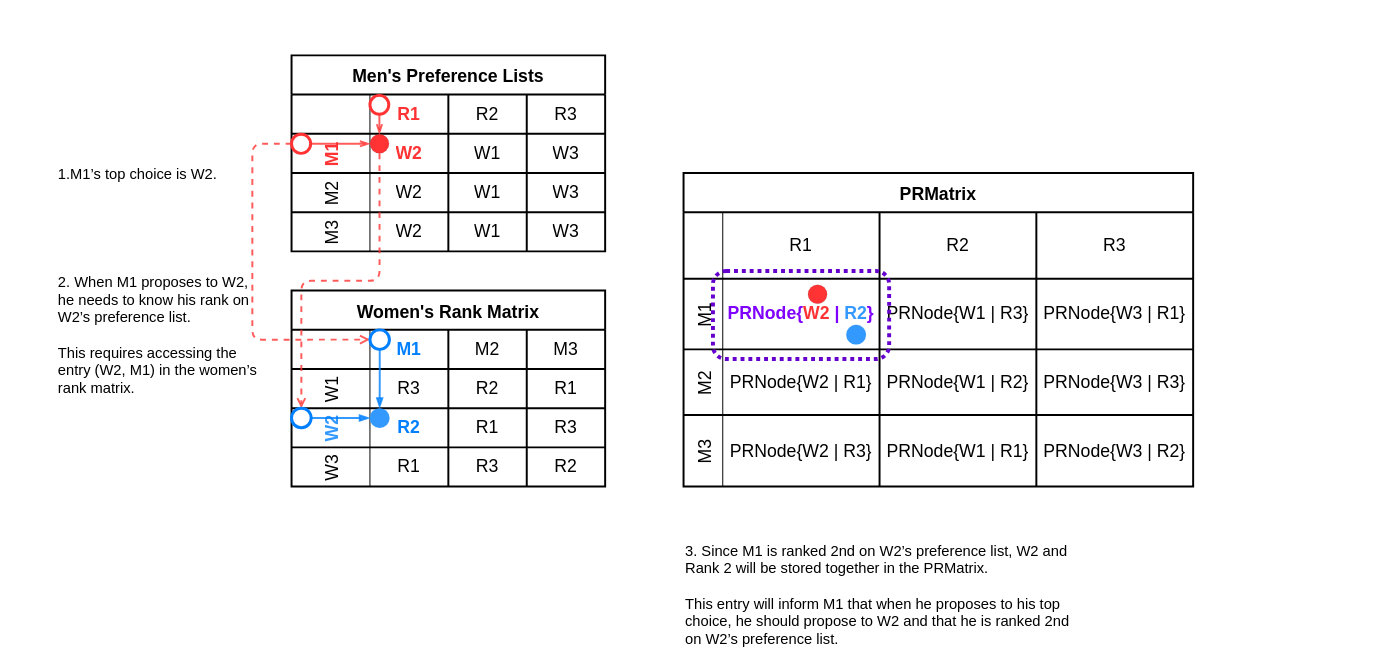
The draw.io diagram newPRMatrix.drawio in victorliu-sq/BambooSMP-Figures, before the edit. Source tidied: cells renumbered, new cells numbered last; positions are measured from the earlier drawing's top-left corner, leaving out a move shared by most shapes. Both pictures are drawn from the tidied source at 98%, with x=0, y=0 at pixel (56, 55).
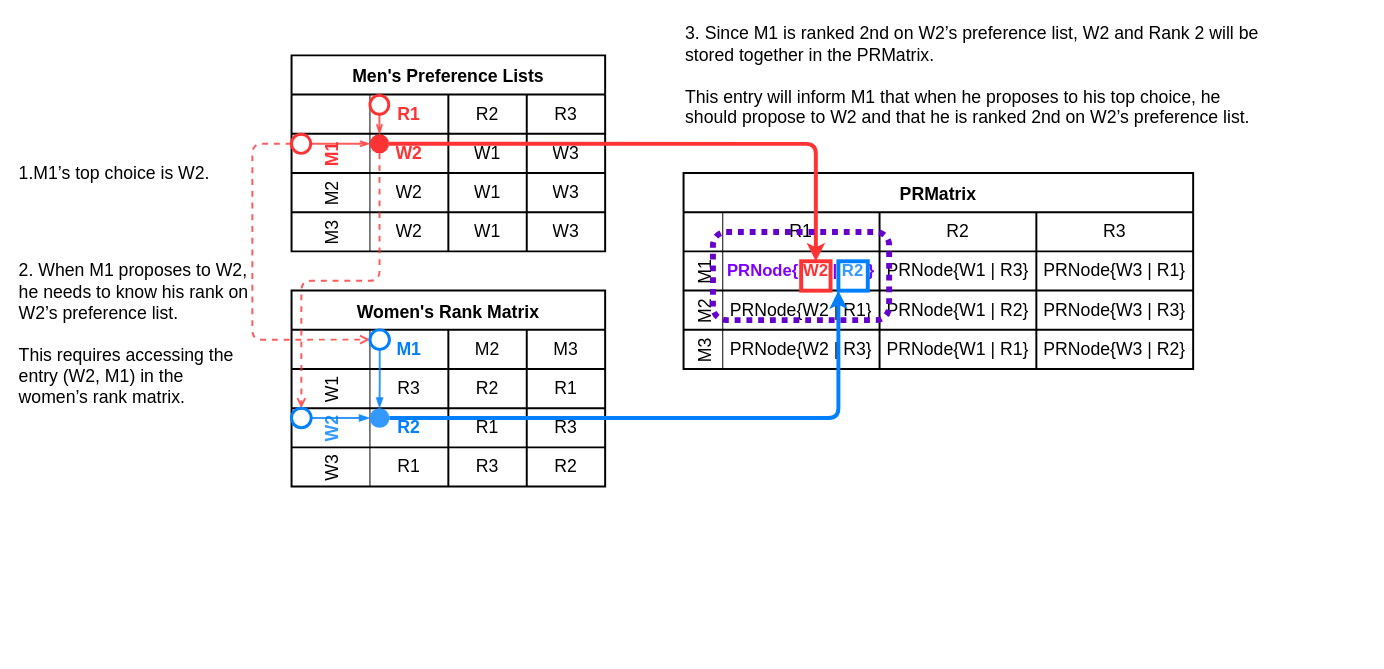
After the change.

Unchanged cells that the change refers to:
```xml
<mxCell id="56" style="ellipse;whiteSpace=wrap;html=1;gradientColor=none;strokeWidth=0;fillColor=#FF3333;fontSize=14;" parent="1" vertex="1">
  <mxGeometry x="320" y="80.5" width="19.5" height="19.5" as="geometry" />
</mxCell>
```

Change to the diagram source:
```diff
@@
     <mxCell id="36" value="PRMatrix" style="shape=table;startSize=40;childLayout=tableLayout;resizeLastRow=0;fontStyle=1;fontSize=18;strokeWidth=2;" parent="1" vertex="1">
-      <mxGeometry x="640" y="120" width="520" height="320" as="geometry" />
+      <mxGeometry x="640" y="120" width="520" height="200" as="geometry" />
     </mxCell>
     <mxCell id="37" style="shape=tableRow;horizontal=0;startSize=40;swimlaneHead=0;swimlaneBody=0;strokeColor=inherit;top=0;left=0;bottom=0;right=0;fillColor=none;fontSize=18;" parent="36" vertex="1">
-      <mxGeometry y="40" width="520" height="68" as="geometry" />
+      <mxGeometry y="40" width="520" height="40" as="geometry" />
     </mxCell>
     <mxCell id="38" value="R1" style="shape=partialRectangle;html=1;whiteSpace=wrap;strokeColor=inherit;overflow=hidden;fillColor=none;top=0;left=0;bottom=0;right=0;fontSize=18;" parent="37" vertex="1">
-      <mxGeometry x="40" width="160" height="68" as="geometry" />
+      <mxGeometry x="40" width="160" height="40" as="geometry" />
     </mxCell>
     <mxCell id="39" value="R2" style="shape=partialRectangle;html=1;whiteSpace=wrap;strokeColor=inherit;overflow=hidden;fillColor=none;top=0;left=0;bottom=0;right=0;fontSize=18;" parent="37" vertex="1">
-      <mxGeometry x="200" width="160" height="68" as="geometry" />
+      <mxGeometry x="200" width="160" height="40" as="geometry" />
     </mxCell>
     <mxCell id="40" value="R3" style="shape=partialRectangle;html=1;whiteSpace=wrap;strokeColor=inherit;overflow=hidden;fillColor=none;top=0;left=0;bottom=0;right=0;strokeWidth=1;fontSize=18;" parent="37" vertex="1">
-      <mxGeometry x="360" width="160" height="68" as="geometry" />
+      <mxGeometry x="360" width="160" height="40" as="geometry" />
     </mxCell>
     <mxCell id="41" value="M1" style="shape=tableRow;horizontal=0;startSize=40;swimlaneHead=0;swimlaneBody=0;strokeColor=inherit;top=0;left=0;bottom=0;right=0;fillColor=none;fontSize=18;" parent="36" vertex="1">
-      <mxGeometry y="108" width="520" height="72" as="geometry" />
+      <mxGeometry y="80" width="520" height="40" as="geometry" />
     </mxCell>
-    <mxCell id="42" value="&lt;font style=&quot;font-size: 18px;&quot;&gt;&lt;font style=&quot;font-size: 18px;&quot;&gt;&lt;b style=&quot;color: rgb(127, 0, 255);&quot;&gt;&lt;font style=&quot;font-size: 18px;&quot;&gt;PRNode{&lt;/font&gt;&lt;/b&gt;&lt;b style=&quot;&quot;&gt;&lt;font color=&quot;#ff3333&quot; style=&quot;font-size: 18px;&quot;&gt;W2&amp;nbsp;&lt;/font&gt;&lt;/b&gt;&lt;b style=&quot;color: rgb(127, 0, 255);&quot;&gt;|&lt;/b&gt;&lt;b style=&quot;&quot;&gt;&lt;font color=&quot;#6600cc&quot; style=&quot;font-size: 18px;&quot;&gt;&amp;nbsp;&lt;/font&gt;&lt;font color=&quot;#3399ff&quot; style=&quot;font-size: 18px;&quot;&gt;R2&lt;/font&gt;&lt;/b&gt;&lt;/font&gt;&lt;b style=&quot;color: rgb(127, 0, 255);&quot;&gt;}&lt;/b&gt;&lt;/font&gt;" style="shape=partialRectangle;html=1;whiteSpace=wrap;overflow=hidden;top=0;left=0;bottom=0;right=0;strokeColor=#666666;fillColor=none;fontSize=18;fontColor=#333333;strokeWidth=2;" parent="41" vertex="1">
-      <mxGeometry x="40" width="160" height="72" as="geometry" />
+    <mxCell id="42" value="&lt;font style=&quot;font-size: 17px;&quot;&gt;&lt;font style=&quot;font-size: 17px;&quot;&gt;&lt;b style=&quot;color: rgb(127, 0, 255);&quot;&gt;&lt;font style=&quot;font-size: 17px;&quot;&gt;PRNode{&amp;nbsp;&lt;/font&gt;&lt;/b&gt;&lt;b style=&quot;&quot;&gt;&lt;font color=&quot;#ff3333&quot; style=&quot;font-size: 17px;&quot;&gt;W2&amp;nbsp;&lt;/font&gt;&lt;/b&gt;&lt;b style=&quot;color: rgb(127, 0, 255);&quot;&gt;|&lt;/b&gt;&lt;b style=&quot;&quot;&gt;&lt;font color=&quot;#6600cc&quot; style=&quot;font-size: 17px;&quot;&gt;&amp;nbsp;&lt;/font&gt;&lt;font color=&quot;#3399ff&quot; style=&quot;font-size: 17px;&quot;&gt;R2&amp;nbsp;&lt;/font&gt;&lt;/b&gt;&lt;/font&gt;&lt;b style=&quot;color: rgb(127, 0, 255);&quot;&gt;}&lt;/b&gt;&lt;/font&gt;" style="shape=partialRectangle;html=1;whiteSpace=wrap;overflow=hidden;top=0;left=0;bottom=0;right=0;strokeColor=#666666;fillColor=none;fontSize=18;fontColor=#333333;strokeWidth=2;" parent="41" vertex="1">
+      <mxGeometry x="40" width="160" height="40" as="geometry" />
     </mxCell>
     <mxCell id="43" value="&lt;font style=&quot;font-size: 18px;&quot;&gt;PRNode{W1 | R3}&lt;/font&gt;" style="shape=partialRectangle;html=1;whiteSpace=wrap;overflow=hidden;top=0;left=0;bottom=0;right=0;fillColor=none;labelBackgroundColor=none;labelBorderColor=none;strokeColor=default;shadow=0;backgroundOutline=0;fontSize=18;" parent="41" vertex="1">
-      <mxGeometry x="200" width="160" height="72" as="geometry" />
+      <mxGeometry x="200" width="160" height="40" as="geometry" />
     </mxCell>
     <mxCell id="44" value="PRNode{W3 | R1}" style="shape=partialRectangle;html=1;whiteSpace=wrap;overflow=hidden;top=0;left=0;bottom=0;right=0;fillColor=none;fontSize=18;" parent="41" vertex="1">
-      <mxGeometry x="360" width="160" height="72" as="geometry" />
+      <mxGeometry x="360" width="160" height="40" as="geometry" />
     </mxCell>
     <mxCell id="45" value="M2" style="shape=tableRow;horizontal=0;startSize=40;swimlaneHead=0;swimlaneBody=0;strokeColor=inherit;top=0;left=0;bottom=0;right=0;fillColor=none;fontSize=18;" parent="36" vertex="1">
-      <mxGeometry y="180" width="520" height="67" as="geometry" />
+      <mxGeometry y="120" width="520" height="40" as="geometry" />
     </mxCell>
     <mxCell id="46" value="PRNode{W2 | R1}" style="shape=partialRectangle;html=1;whiteSpace=wrap;overflow=hidden;top=0;left=0;bottom=0;right=0;strokeOpacity=100;fillColor=none;fontSize=18;" parent="45" vertex="1">
-      <mxGeometry x="40" width="160" height="67" as="geometry" />
+      <mxGeometry x="40" width="160" height="40" as="geometry" />
     </mxCell>
     <mxCell id="47" value="PRNode{W1 | R2}" style="shape=partialRectangle;html=1;whiteSpace=wrap;strokeColor=inherit;overflow=hidden;fillColor=none;top=0;left=0;bottom=0;right=0;fontSize=18;" parent="45" vertex="1">
-      <mxGeometry x="200" width="160" height="67" as="geometry" />
+      <mxGeometry x="200" width="160" height="40" as="geometry" />
     </mxCell>
     <mxCell id="48" value="PRNode{W3 | R3}" style="shape=partialRectangle;html=1;whiteSpace=wrap;strokeColor=inherit;overflow=hidden;fillColor=none;top=0;left=0;bottom=0;right=0;fontSize=18;" parent="45" vertex="1">
-      <mxGeometry x="360" width="160" height="67" as="geometry" />
+      <mxGeometry x="360" width="160" height="40" as="geometry" />
     </mxCell>
     <mxCell id="49" value="M3" style="shape=tableRow;horizontal=0;startSize=40;swimlaneHead=0;swimlaneBody=0;strokeColor=inherit;top=0;left=0;bottom=0;right=0;fillColor=none;fontSize=18;" parent="36" vertex="1">
-      <mxGeometry y="247" width="520" height="73" as="geometry" />
+      <mxGeometry y="160" width="520" height="40" as="geometry" />
     </mxCell>
     <mxCell id="50" value="PRNode{W2 | R3}" style="shape=partialRectangle;html=1;whiteSpace=wrap;overflow=hidden;top=0;left=0;bottom=0;right=0;fillColor=none;fontSize=18;" parent="49" vertex="1">
-      <mxGeometry x="40" width="160" height="73" as="geometry" />
+      <mxGeometry x="40" width="160" height="40" as="geometry" />
     </mxCell>
     <mxCell id="51" value="PRNode{W1 | R1}" style="shape=partialRectangle;html=1;whiteSpace=wrap;overflow=hidden;top=0;left=0;bottom=0;right=0;fillColor=none;fontSize=18;" parent="49" vertex="1">
-      <mxGeometry x="200" width="160" height="73" as="geometry" />
+      <mxGeometry x="200" width="160" height="40" as="geometry" />
     </mxCell>
     <mxCell id="52" value="PRNode{W3 | R2}" style="shape=partialRectangle;html=1;whiteSpace=wrap;strokeColor=inherit;overflow=hidden;fillColor=none;top=0;left=0;bottom=0;right=0;fontSize=18;" parent="49" vertex="1">
-      <mxGeometry x="360" width="160" height="73" as="geometry" />
+      <mxGeometry x="360" width="160" height="40" as="geometry" />
     </mxCell>
@@
+    <mxCell id="72" style="edgeStyle=orthogonalEdgeStyle;rounded=1;jettySize=auto;html=1;exitX=1;exitY=0.5;exitDx=0;exitDy=0;entryX=0.5;entryY=0;entryDx=0;entryDy=0;strokeWidth=4;strokeColor=#FF3333;curved=0;" parent="1" edge="1" source="56" target="74">
+      <mxGeometry relative="1" as="geometry" />
+    </mxCell>
@@
+    <mxCell id="73" style="edgeStyle=orthogonalEdgeStyle;rounded=1;jettySize=auto;html=1;exitX=1;exitY=0.5;exitDx=0;exitDy=0;entryX=0;entryY=1;entryDx=0;entryDy=0;strokeWidth=4;strokeColor=#007FFF;curved=0;" parent="1" edge="1" source="64" target="75">
+      <mxGeometry relative="1" as="geometry">
+        <Array as="points">
+          <mxPoint x="798" y="370" />
+        </Array>
+      </mxGeometry>
+    </mxCell>
     <mxCell id="64" style="ellipse;whiteSpace=wrap;html=1;gradientColor=none;strokeWidth=0;fillColor=#3399FF;fontSize=14;strokeColor=#007FFF;" parent="1" vertex="1">
-      <mxGeometry x="319.8" y="360" width="20.2" height="20.2" as="geometry" />
+      <mxGeometry x="319.8" y="360" width="20" height="20" as="geometry" />
     </mxCell>
-    <mxCell id="65" value="1.M1’s top choice is W2." style="text;whiteSpace=wrap;fontStyle=0;fontSize=15;verticalAlign=middle;" parent="1" vertex="1">
-      <mxGeometry y="101.1" width="190" height="40" as="geometry" />
+    <mxCell id="65" value="1.M1’s top choice is W2." style="text;whiteSpace=wrap;fontStyle=0;fontSize=18;verticalAlign=middle;" parent="1" vertex="1">
+      <mxGeometry x="-40" y="101.1" width="230" height="40" as="geometry" />
     </mxCell>
-    <mxCell id="66" value="2. When M1 proposes to W2, he needs to know his rank on W2’s preference list.&#10;&#10;This requires accessing the entry (W2, M1) in the women’s rank matrix." style="text;whiteSpace=wrap;fontSize=15;fontStyle=0;verticalAlign=middle;" parent="1" vertex="1">
-      <mxGeometry y="210.1" width="210" height="149.9" as="geometry" />
+    <mxCell id="66" value="2. When M1 proposes to W2, he needs to know his rank on W2’s preference list.&#10;&#10;This requires accessing the entry (W2, M1) in the women’s rank matrix." style="text;whiteSpace=wrap;fontSize=18;fontStyle=0;verticalAlign=middle;" parent="1" vertex="1">
+      <mxGeometry x="-40" y="210.1" width="240" height="149.9" as="geometry" />
     </mxCell>
-    <mxCell id="67" value="3. Since M1 is ranked 2nd on W2’s preference list, W2 and Rank 2 will be stored together in the PRMatrix. &#10;&#10;This entry will inform M1 that when he proposes to his top choice, he should propose to W2 and that he is ranked 2nd on W2’s preference list." style="text;whiteSpace=wrap;fontSize=15;fontStyle=0;" parent="1" vertex="1">
-      <mxGeometry x="640" y="490" width="409.8" height="120" as="geometry" />
+    <mxCell id="67" value="3. Since M1 is ranked 2nd on W2’s preference list, W2 and Rank 2 will be stored together in the PRMatrix. &#10;&#10;This entry will inform M1 that when he proposes to his top choice, he should propose to W2 and that he is ranked 2nd on W2’s preference list." style="text;whiteSpace=wrap;fontSize=18;fontStyle=0;" parent="1" vertex="1">
+      <mxGeometry x="640" y="-39.5" width="590" height="120" as="geometry" />
     </mxCell>
@@
-    <mxCell id="69" style="rounded=1;whiteSpace=wrap;html=1;fillColor=none;strokeWidth=4;strokeColor=#6600CC;dashed=1;perimeterSpacing=0;dashPattern=1 1;" parent="1" vertex="1">
-      <mxGeometry x="670" y="220" width="179.8" height="89.9" as="geometry" />
+    <mxCell id="69" style="rounded=1;whiteSpace=wrap;html=1;fillColor=none;strokeWidth=6;strokeColor=#6600CC;dashed=1;perimeterSpacing=0;dashPattern=1 1;" parent="1" vertex="1">
+      <mxGeometry x="670" y="180.2" width="179.8" height="89.9" as="geometry" />
     </mxCell>
-    <mxCell id="70" style="ellipse;whiteSpace=wrap;html=1;gradientColor=none;strokeWidth=0;fillColor=#3399FF;fontSize=14;strokeColor=#007FFF;" parent="1" vertex="1">
-      <mxGeometry x="806" y="274.9" width="20.2" height="20.2" as="geometry" />
-    </mxCell>
-    <mxCell id="71" style="ellipse;whiteSpace=wrap;html=1;gradientColor=none;strokeWidth=0;fillColor=#FF3333;fontSize=14;" parent="1" vertex="1">
-      <mxGeometry x="767" y="234" width="19.5" height="19.5" as="geometry" />
-    </mxCell>
+    <mxCell id="74" style="rounded=0;whiteSpace=wrap;html=1;fillColor=none;strokeWidth=4;strokeColor=#FF3333;" parent="1" vertex="1">
+      <mxGeometry x="760" y="210.1" width="30" height="30" as="geometry" />
+    </mxCell>
+    <mxCell id="75" style="rounded=0;whiteSpace=wrap;html=1;fillColor=none;strokeWidth=4;strokeColor=#007FFF;" parent="1" vertex="1">
+      <mxGeometry x="798" y="210.1" width="30" height="30" as="geometry" />
+    </mxCell>
```
